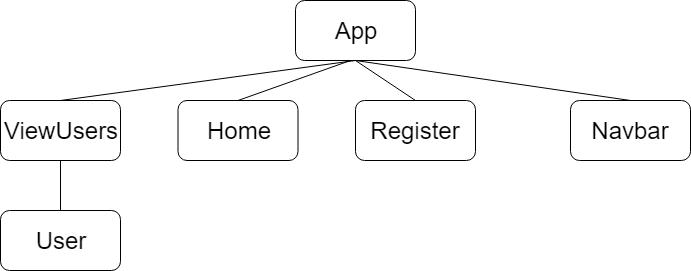
Above: wirefames/component_hierarchy.png in biomiller/react_assessment (draw.io), before the change. Source tidied: cells renumbered, new cells last; positions are measured from the earlier drawing's top-left corner, leaving out a move shared by most shapes. The source it was exported from:
```xml
<mxGraphModel>
  <root>
    <mxCell id="0" />
    <mxCell id="1" parent="0" />
    <mxCell id="2" value="&lt;font style=&quot;font-size: 24px&quot;&gt;App&lt;/font&gt;" style="rounded=1;whiteSpace=wrap;html=1;" parent="1" vertex="1">
      <mxGeometry x="295" width="120" height="60" as="geometry" />
    </mxCell>
    <mxCell id="3" value="&lt;font style=&quot;font-size: 24px&quot;&gt;Navbar&lt;/font&gt;" style="rounded=1;whiteSpace=wrap;html=1;" parent="1" vertex="1">
      <mxGeometry x="570" y="100" width="120" height="60" as="geometry" />
    </mxCell>
    <mxCell id="4" value="&lt;font style=&quot;font-size: 24px&quot;&gt;Register&lt;/font&gt;" style="rounded=1;whiteSpace=wrap;html=1;" parent="1" vertex="1">
      <mxGeometry x="355" y="100" width="120" height="60" as="geometry" />
    </mxCell>
    <mxCell id="5" value="&lt;font style=&quot;font-size: 24px&quot;&gt;ViewUsers&lt;/font&gt;" style="rounded=1;whiteSpace=wrap;html=1;" parent="1" vertex="1">
      <mxGeometry y="100" width="120" height="60" as="geometry" />
    </mxCell>
    <mxCell id="6" value="&lt;font style=&quot;font-size: 24px&quot;&gt;User&lt;/font&gt;" style="rounded=1;whiteSpace=wrap;html=1;" parent="1" vertex="1">
      <mxGeometry y="210" width="120" height="60" as="geometry" />
    </mxCell>
    <mxCell id="7" style="endArrow=none;html=1;entryX=0.5;entryY=0;entryDx=0;entryDy=0;exitX=0.5;exitY=1;exitDx=0;exitDy=0;" parent="1" edge="1" source="2" target="5">
      <mxGeometry relative="1" as="geometry" />
    </mxCell>
    <mxCell id="8" style="endArrow=none;html=1;entryX=0.5;entryY=0;entryDx=0;entryDy=0;" parent="1" edge="1" target="4">
      <mxGeometry relative="1" as="geometry">
        <mxPoint x="355" y="60" as="sourcePoint" />
      </mxGeometry>
    </mxCell>
    <mxCell id="9" style="endArrow=none;html=1;entryX=0.5;entryY=0;entryDx=0;entryDy=0;exitX=0.5;exitY=1;exitDx=0;exitDy=0;" parent="1" edge="1" source="2" target="3">
      <mxGeometry relative="1" as="geometry" />
    </mxCell>
    <mxCell id="10" style="endArrow=none;html=1;entryX=0.5;entryY=0;entryDx=0;entryDy=0;exitX=0.5;exitY=1;exitDx=0;exitDy=0;" parent="1" edge="1" source="5" target="6">
      <mxGeometry relative="1" as="geometry" />
    </mxCell>
    <mxCell id="11" value="&lt;font style=&quot;font-size: 24px&quot;&gt;Home&lt;/font&gt;" style="rounded=1;whiteSpace=wrap;html=1;" parent="1" vertex="1">
      <mxGeometry x="177.5" y="100" width="120" height="60" as="geometry" />
    </mxCell>
    <mxCell id="12" style="endArrow=none;html=1;entryX=0.5;entryY=0;entryDx=0;entryDy=0;" parent="1" edge="1" target="11">
      <mxGeometry relative="1" as="geometry">
        <mxPoint x="350" y="60" as="sourcePoint" />
      </mxGeometry>
    </mxCell>
  </root>
</mxGraphModel>
```
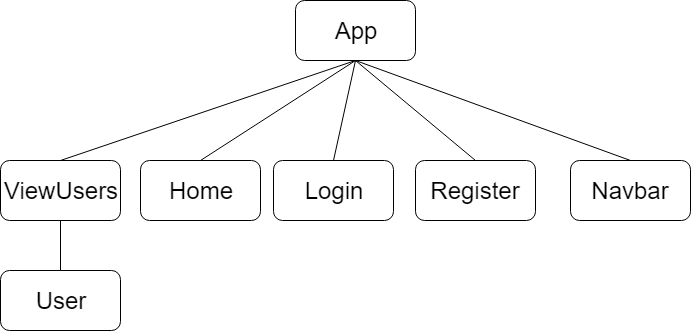
The same diagram one commit later.

Change to the diagram source:
```diff
@@ -3,13 +3,13 @@
     <mxCell id="0" />
     <mxCell id="1" parent="0" />
     <mxCell id="2" value="&lt;font style=&quot;font-size: 24px&quot;&gt;App&lt;/font&gt;" style="rounded=1;whiteSpace=wrap;html=1;" parent="1" vertex="1">
-      <mxGeometry x="295" width="120" height="60" as="geometry" />
+      <mxGeometry x="295" y="-60" width="120" height="60" as="geometry" />
     </mxCell>
     <mxCell id="3" value="&lt;font style=&quot;font-size: 24px&quot;&gt;Navbar&lt;/font&gt;" style="rounded=1;whiteSpace=wrap;html=1;" parent="1" vertex="1">
       <mxGeometry x="570" y="100" width="120" height="60" as="geometry" />
     </mxCell>
     <mxCell id="4" value="&lt;font style=&quot;font-size: 24px&quot;&gt;Register&lt;/font&gt;" style="rounded=1;whiteSpace=wrap;html=1;" parent="1" vertex="1">
-      <mxGeometry x="355" y="100" width="120" height="60" as="geometry" />
+      <mxGeometry x="415" y="100" width="120" height="60" as="geometry" />
     </mxCell>
     <mxCell id="5" value="&lt;font style=&quot;font-size: 24px&quot;&gt;ViewUsers&lt;/font&gt;" style="rounded=1;whiteSpace=wrap;html=1;" parent="1" vertex="1">
       <mxGeometry y="100" width="120" height="60" as="geometry" />
@@ -20,10 +20,8 @@
     <mxCell id="7" style="endArrow=none;html=1;entryX=0.5;entryY=0;entryDx=0;entryDy=0;exitX=0.5;exitY=1;exitDx=0;exitDy=0;" parent="1" edge="1" source="2" target="5">
       <mxGeometry relative="1" as="geometry" />
     </mxCell>
-    <mxCell id="8" style="endArrow=none;html=1;entryX=0.5;entryY=0;entryDx=0;entryDy=0;" parent="1" edge="1" target="4">
-      <mxGeometry relative="1" as="geometry">
-        <mxPoint x="355" y="60" as="sourcePoint" />
-      </mxGeometry>
+    <mxCell id="8" style="endArrow=none;html=1;entryX=0.5;entryY=0;entryDx=0;entryDy=0;exitX=0.5;exitY=1;exitDx=0;exitDy=0;" parent="1" edge="1" source="2" target="4">
+      <mxGeometry relative="1" as="geometry" />
     </mxCell>
     <mxCell id="9" style="endArrow=none;html=1;entryX=0.5;entryY=0;entryDx=0;entryDy=0;exitX=0.5;exitY=1;exitDx=0;exitDy=0;" parent="1" edge="1" source="2" target="3">
       <mxGeometry relative="1" as="geometry" />
@@ -32,12 +30,16 @@
       <mxGeometry relative="1" as="geometry" />
     </mxCell>
     <mxCell id="11" value="&lt;font style=&quot;font-size: 24px&quot;&gt;Home&lt;/font&gt;" style="rounded=1;whiteSpace=wrap;html=1;" parent="1" vertex="1">
-      <mxGeometry x="177.5" y="100" width="120" height="60" as="geometry" />
+      <mxGeometry x="140" y="100" width="120" height="60" as="geometry" />
     </mxCell>
-    <mxCell id="12" style="endArrow=none;html=1;entryX=0.5;entryY=0;entryDx=0;entryDy=0;" parent="1" edge="1" target="11">
-      <mxGeometry relative="1" as="geometry">
-        <mxPoint x="350" y="60" as="sourcePoint" />
-      </mxGeometry>
+    <mxCell id="12" style="endArrow=none;html=1;entryX=0.5;entryY=0;entryDx=0;entryDy=0;exitX=0.5;exitY=1;exitDx=0;exitDy=0;" parent="1" edge="1" source="2" target="11">
+      <mxGeometry relative="1" as="geometry" />
     </mxCell>
+    <mxCell id="13" value="&lt;font style=&quot;font-size: 24px&quot;&gt;Login&lt;/font&gt;" style="rounded=1;whiteSpace=wrap;html=1;" parent="1" vertex="1">
+      <mxGeometry x="273" y="100" width="120" height="60" as="geometry" />
+    </mxCell>
+    <mxCell id="14" style="endArrow=none;html=1;entryX=0.5;entryY=0;entryDx=0;entryDy=0;exitX=0.5;exitY=1;exitDx=0;exitDy=0;" parent="1" edge="1" source="2" target="13">
+      <mxGeometry relative="1" as="geometry" />
+    </mxCell>
   </root>
 </mxGraphModel>
```
